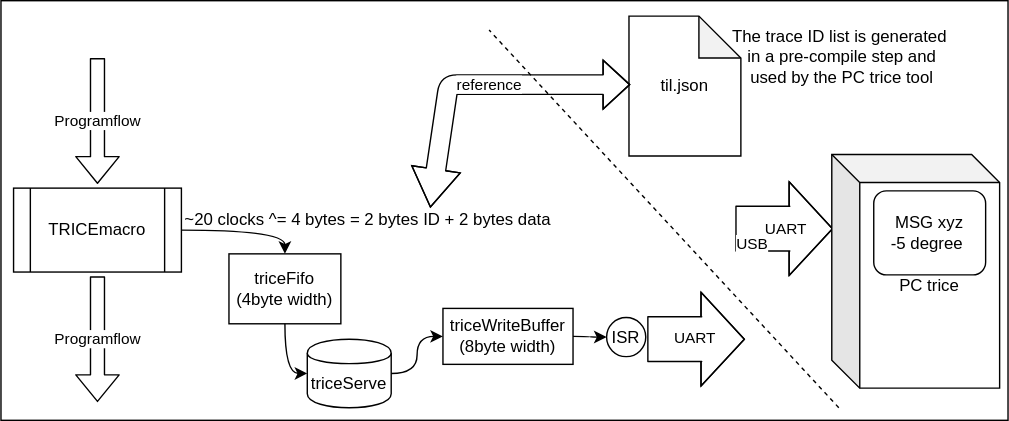
Before: docs/README.media/triceBlockDiagram.svg, a diagram exported from draw.io (rokath/trice). Source tidied: cells renumbered, new cells last; positions are measured from the earlier drawing's top-left corner, leaving out a move shared by most shapes.
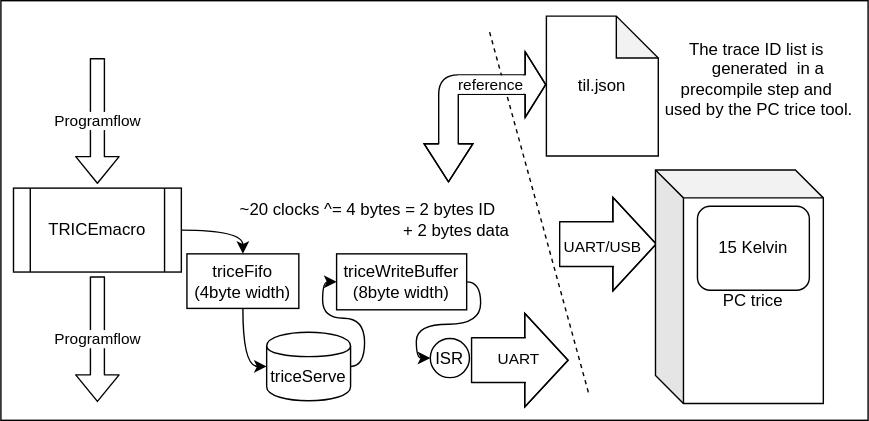
Above is the later version.

Change to the diagram source:
```diff
@@ -3,13 +3,13 @@
     <mxCell id="0" />
     <mxCell id="1" parent="0" />
     <mxCell id="2" style="rounded=0;whiteSpace=wrap;html=1;" parent="1" vertex="1">
-      <mxGeometry width="720" height="300" as="geometry" />
+      <mxGeometry width="620" height="300" as="geometry" />
     </mxCell>
     <mxCell id="3" value="&lt;span&gt;triceFifo&lt;/span&gt;&lt;br&gt;&lt;span&gt;(4byte width)&lt;/span&gt;" style="rounded=0;whiteSpace=wrap;html=1;" parent="1" vertex="1">
-      <mxGeometry x="163" y="181" width="80" height="50" as="geometry" />
+      <mxGeometry x="133" y="181" width="80" height="39" as="geometry" />
     </mxCell>
     <mxCell id="4" value="&lt;span&gt;triceWriteBuffer&lt;/span&gt;&lt;br&gt;&lt;span&gt;(8byte width)&lt;/span&gt;" style="rounded=0;whiteSpace=wrap;html=1;" parent="1" vertex="1">
-      <mxGeometry x="316" y="220" width="93" height="40" as="geometry" />
+      <mxGeometry x="240" y="181" width="93" height="40" as="geometry" />
     </mxCell>
     <mxCell id="5" value="TRICEmacro" style="shape=process;whiteSpace=wrap;html=1;backgroundOutline=1;" parent="1" vertex="1">
       <mxGeometry x="9" y="134" width="120" height="60" as="geometry" />
@@ -27,14 +27,14 @@
       </mxGeometry>
     </mxCell>
     <mxCell id="8" value="triceServe" style="shape=cylinder;whiteSpace=wrap;html=1;boundedLbl=1;backgroundOutline=1;" parent="1" vertex="1">
-      <mxGeometry x="219" y="242" width="60" height="49" as="geometry" />
+      <mxGeometry x="190" y="237" width="60" height="49" as="geometry" />
     </mxCell>
     <mxCell id="9" style="shape=flexArrow;endArrow=classic;html=1;endWidth=34;endSize=10;width=32;" parent="1" edge="1">
       <mxGeometry relative="1" as="geometry">
-        <mxPoint x="462" y="242" as="sourcePoint" />
-        <mxPoint x="532" y="242" as="targetPoint" />
+        <mxPoint x="336" y="257" as="sourcePoint" />
+        <mxPoint x="406" y="257" as="targetPoint" />
         <Array as="points">
-          <mxPoint x="501" y="242" />
+          <mxPoint x="375" y="257" />
         </Array>
       </mxGeometry>
     </mxCell>
@@ -44,59 +44,53 @@
       </mxGeometry>
     </mxCell>
     <mxCell id="11" value="ISR" style="ellipse;whiteSpace=wrap;html=1;" parent="1" vertex="1">
-      <mxGeometry x="433" y="226.5" width="28" height="28" as="geometry" />
+      <mxGeometry x="307" y="241.5" width="28" height="28" as="geometry" />
     </mxCell>
     <mxCell id="12" style="endArrow=classic;html=1;exitX=1;exitY=0.5;exitDx=0;exitDy=0;entryX=0.5;entryY=0;entryDx=0;entryDy=0;edgeStyle=orthogonalEdgeStyle;curved=1;" parent="1" edge="1" source="5" target="3">
       <mxGeometry relative="1" as="geometry" />
     </mxCell>
-    <mxCell id="13" value="~20 clocks ^= 4 bytes = 2 bytes ID + 2 bytes data" style="text;html=1;align=center;verticalAlign=middle;" parent="1" vertex="1">
-      <mxGeometry x="122" y="147" width="280" height="20" as="geometry" />
+    <mxCell id="13" value="~20 clocks ^= 4 bytes = 2 bytes ID &lt;br&gt;&amp;nbsp; &amp;nbsp; &amp;nbsp; &amp;nbsp; &amp;nbsp; &amp;nbsp; &amp;nbsp; &amp;nbsp; &amp;nbsp; &amp;nbsp; &amp;nbsp; &amp;nbsp; &amp;nbsp; &amp;nbsp; &amp;nbsp; &amp;nbsp; &amp;nbsp; &amp;nbsp; &amp;nbsp; + 2 bytes data" style="text;html=1;align=center;verticalAlign=middle;" parent="1" vertex="1">
+      <mxGeometry x="152" y="142" width="220" height="30" as="geometry" />
     </mxCell>
     <mxCell id="14" value="til.json" style="shape=note;whiteSpace=wrap;html=1;backgroundOutline=1;darkOpacity=0.05;" parent="1" vertex="1">
-      <mxGeometry x="449" y="11" width="80" height="100" as="geometry" />
+      <mxGeometry x="390" y="11" width="80" height="100" as="geometry" />
     </mxCell>
-    <mxCell id="15" value="The trace ID list is generated&amp;nbsp; in a pre-compile step and used by the PC trice tool" style="text;html=1;strokeColor=none;fillColor=none;align=center;verticalAlign=middle;whiteSpace=wrap;rounded=0;rotation=0;" parent="1" vertex="1">
-      <mxGeometry x="519" y="11" width="165" height="57" as="geometry" />
+    <mxCell id="15" value="The trace ID list is &lt;br&gt;&amp;nbsp; &amp;nbsp; &amp;nbsp;generated&amp;nbsp; in a &lt;br&gt;precompile step and&lt;br&gt;&amp;nbsp;used by the PC trice tool." style="text;html=1;strokeColor=none;fillColor=none;align=center;verticalAlign=middle;whiteSpace=wrap;rounded=0;rotation=0;" parent="1" vertex="1">
+      <mxGeometry x="470" y="11" width="141" height="89" as="geometry" />
     </mxCell>
     <mxCell id="16" style="shape=flexArrow;endArrow=classic;html=1;endWidth=34;endSize=10;width=32;" parent="1" edge="1">
       <mxGeometry relative="1" as="geometry">
-        <mxPoint x="525" y="163" as="sourcePoint" />
-        <mxPoint x="595" y="163" as="targetPoint" />
+        <mxPoint x="399" y="174" as="sourcePoint" />
+        <mxPoint x="469" y="174" as="targetPoint" />
         <Array as="points">
-          <mxPoint x="564" y="163" />
+          <mxPoint x="438" y="174" />
         </Array>
       </mxGeometry>
     </mxCell>
-    <mxCell id="17" value="UART" style="edgeLabel;html=1;align=center;verticalAlign=middle;" parent="16" vertex="1">
-      <mxGeometry x="0.29" y="-1" relative="1" as="geometry">
-        <mxPoint x="-10" y="-1.5" as="offset" />
-      </mxGeometry>
-    </mxCell>
-    <mxCell id="18" value="USB" style="edgeLabel;html=1;align=center;verticalAlign=middle;" parent="16" vertex="1">
+    <mxCell id="18" value="UART/USB" style="edgeLabel;html=1;align=center;verticalAlign=middle;" parent="16" vertex="1">
       <mxGeometry x="0.11" y="-30" relative="1" as="geometry">
-        <mxPoint x="-28" y="-20" as="offset" />
+        <mxPoint x="-9" y="-29" as="offset" />
       </mxGeometry>
     </mxCell>
     <mxCell id="19" value="PC trice" style="shape=cube;whiteSpace=wrap;html=1;boundedLbl=1;backgroundOutline=1;darkOpacity=0.05;darkOpacity2=0.1;" parent="1" vertex="1">
-      <mxGeometry x="594" y="110" width="120" height="167" as="geometry" />
+      <mxGeometry x="468" y="121" width="120" height="167" as="geometry" />
     </mxCell>
     <mxCell id="20" style="endArrow=none;dashed=1;html=1;" parent="1" edge="1">
       <mxGeometry relative="1" as="geometry">
-        <mxPoint x="599" y="291" as="sourcePoint" />
+        <mxPoint x="420" y="280" as="sourcePoint" />
         <mxPoint x="349" y="21" as="targetPoint" />
       </mxGeometry>
     </mxCell>
-    <mxCell id="21" value="MSG xyz&lt;br&gt;-5 degree&amp;nbsp;" style="rounded=1;whiteSpace=wrap;html=1;" parent="1" vertex="1">
-      <mxGeometry x="624" y="136" width="80" height="60" as="geometry" />
+    <mxCell id="21" value="15 Kelvin" style="rounded=1;whiteSpace=wrap;html=1;" parent="1" vertex="1">
+      <mxGeometry x="498" y="147" width="80" height="60" as="geometry" />
     </mxCell>
-    <mxCell id="22" value="reference" style="shape=flexArrow;endArrow=classic;startArrow=classic;html=1;entryX=0;entryY=0.5;entryDx=0;entryDy=0;entryPerimeter=0;exitX=0.657;exitY=0.1;exitDx=0;exitDy=0;exitPerimeter=0;width=14;startSize=8.75;" parent="1" edge="1">
-      <mxGeometry x="-0.19" y="-29" relative="1" as="geometry">
-        <mxPoint x="307" y="148" as="sourcePoint" />
-        <mxPoint x="450" y="60" as="targetPoint" />
+    <mxCell id="22" value="reference" style="shape=flexArrow;endArrow=classic;startArrow=classic;html=1;width=14;startSize=8.75;endWidth=32;endSize=4.56;" parent="1" edge="1">
+      <mxGeometry x="0.43" relative="1" as="geometry">
+        <mxPoint x="320" y="130" as="sourcePoint" />
+        <mxPoint x="390" y="60" as="targetPoint" />
         <Array as="points">
           <mxPoint x="320" y="60" />
         </Array>
-        <mxPoint x="29" y="-29" as="offset" />
       </mxGeometry>
     </mxCell>
     <mxCell id="23" style="endArrow=classic;html=1;exitX=0.5;exitY=1;exitDx=0;exitDy=0;entryX=0;entryY=0.5;entryDx=0;entryDy=0;edgeStyle=orthogonalEdgeStyle;curved=1;" parent="1" edge="1" source="3" target="8">
```
